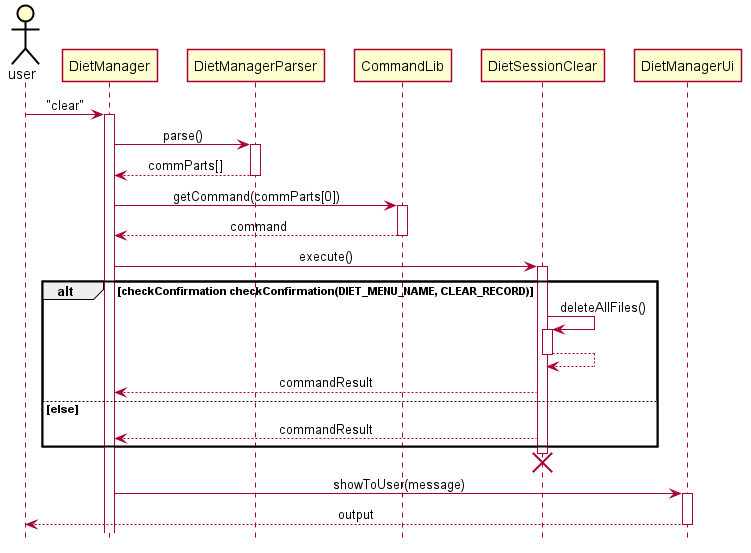
zsk612/tp keeps this PlantUML diagram as docs/pictures/Zeon/DietSessionClear.png. Above is the earlier version.
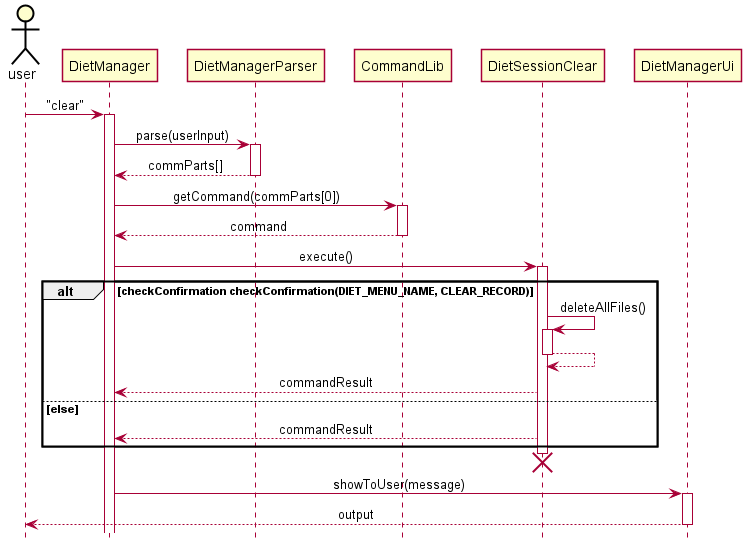
The same file after the commit.

What changed in the source:
```diff
@@ -44,7 +44,7 @@
 actor user
 user -> DietManager : "clear"
 activate DietManager
-DietManager -> DietManagerParser : parse()
+DietManager -> DietManagerParser : parse(userInput)
 activate DietManagerParser
 DietManagerParser --> DietManager : commParts[]
 deactivate DietManagerParser
```
